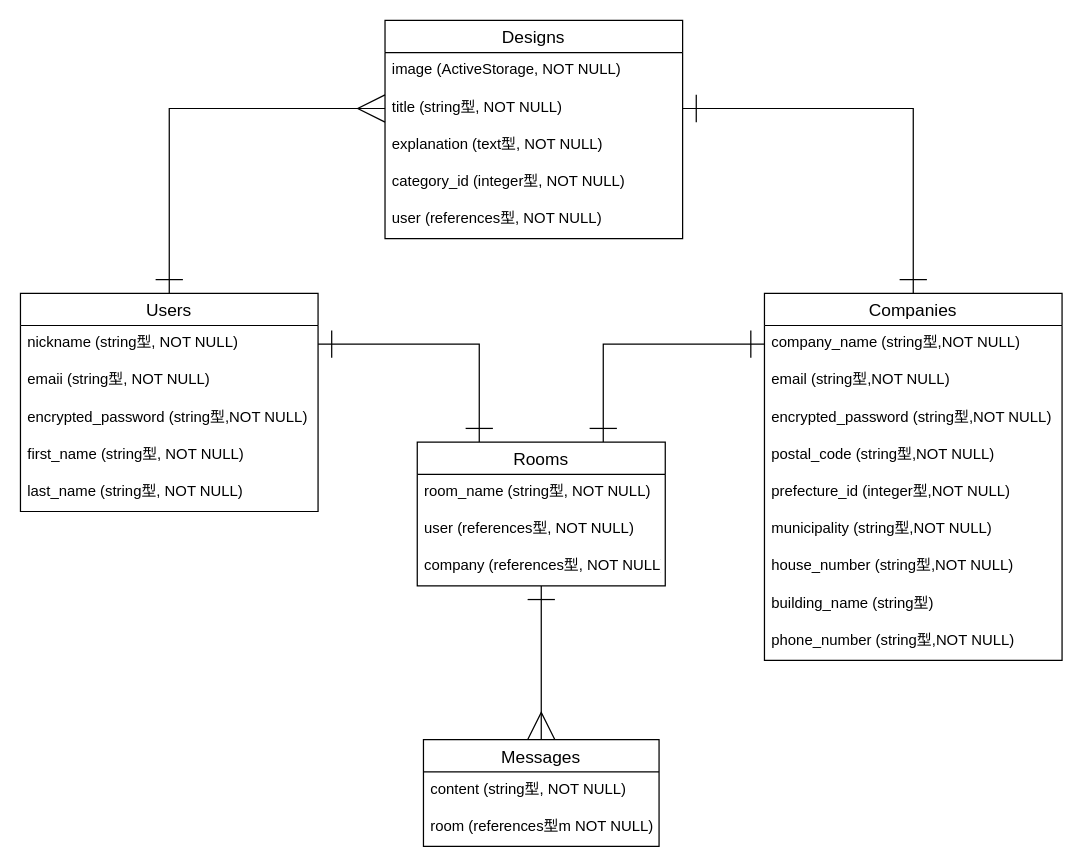
MN0607/design-35359 keeps this draw.io diagram as ER.dio. Above is the earlier version. Source tidied: cells renumbered, new cells numbered last; positions are measured from the earlier drawing's top-left corner, leaving out a move shared by most shapes. Both pictures are drawn from the tidied source at 124%, with x=0, y=0 at pixel (20, 20).
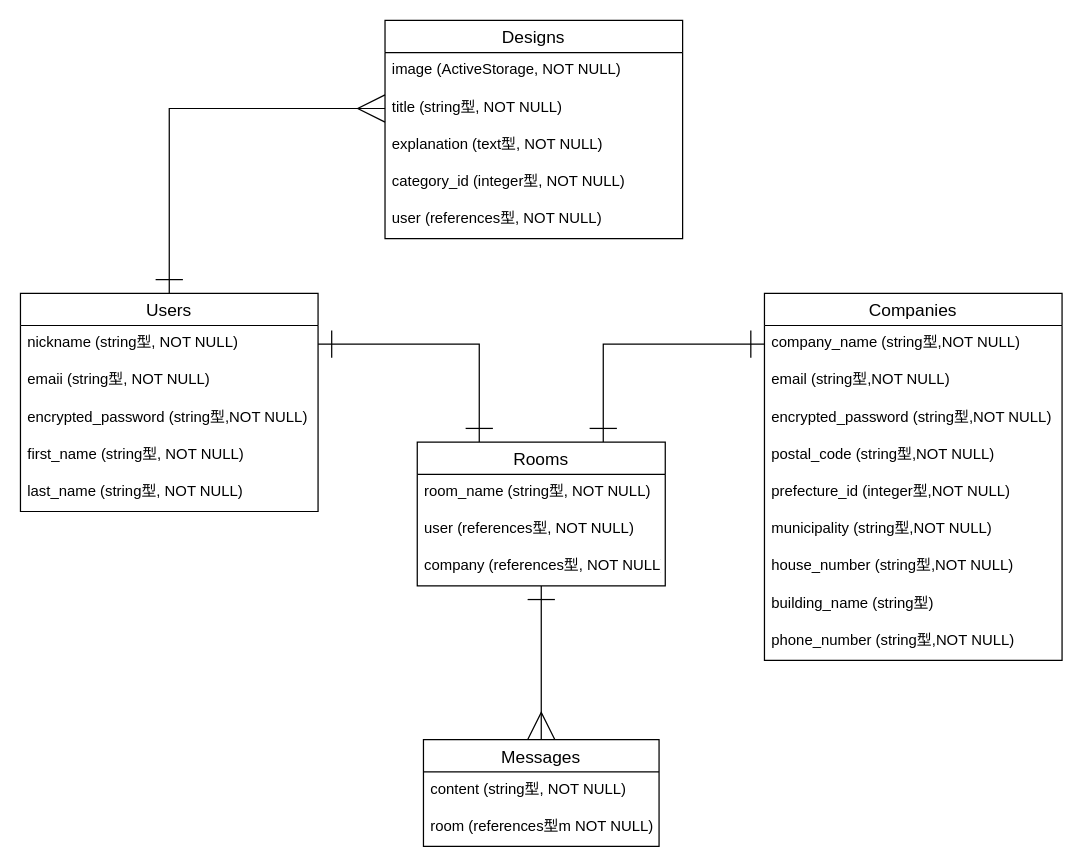
The same page after the edit.

Unchanged cells that the change refers to:
```xml
<mxCell id="10" value="title (string型, NOT NULL)" style="text;strokeColor=none;fillColor=none;spacingLeft=4;spacingRight=4;overflow=hidden;points=[[0,0.5],[1,0.5]];portConstraint=eastwest;fontSize=12;" parent="8" vertex="1">
  <mxGeometry y="56" width="240" height="30" as="geometry" />
</mxCell>
<mxCell id="22" value="Companies" style="swimlane;fontStyle=0;horizontal=1;startSize=26;align=center;fontSize=14;" parent="1" vertex="1">
  <mxGeometry x="600" y="220" width="240" height="296" as="geometry" />
</mxCell>
```

Diff of the diagram source:
```diff
@@
-    <mxCell id="35" style="edgeStyle=orthogonalEdgeStyle;rounded=0;jettySize=auto;html=1;exitX=1;exitY=0.5;exitDx=0;exitDy=0;entryX=0.5;entryY=0;entryDx=0;entryDy=0;startArrow=ERone;startFill=0;endArrow=ERone;endFill=0;endSize=20;startSize=20;" parent="1" edge="1" source="10" target="22">
-      <mxGeometry relative="1" as="geometry" />
-    </mxCell>
```
